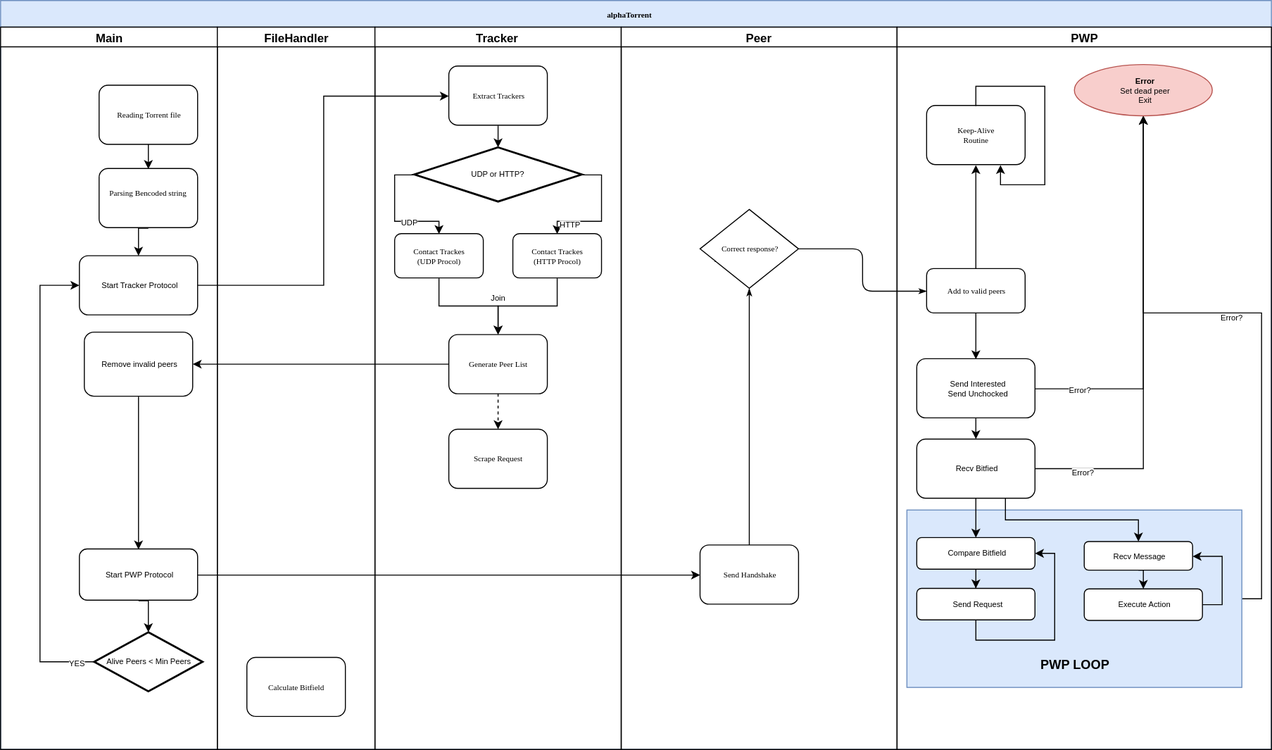
lorisrossi/alphaTorrent keeps this draw.io diagram as docs/html/alphatorrent_flowchart.svg. Above is the earlier version. Source tidied: cells renumbered, new cells last; positions are measured from the earlier drawing's top-left corner, leaving out a move shared by most shapes.
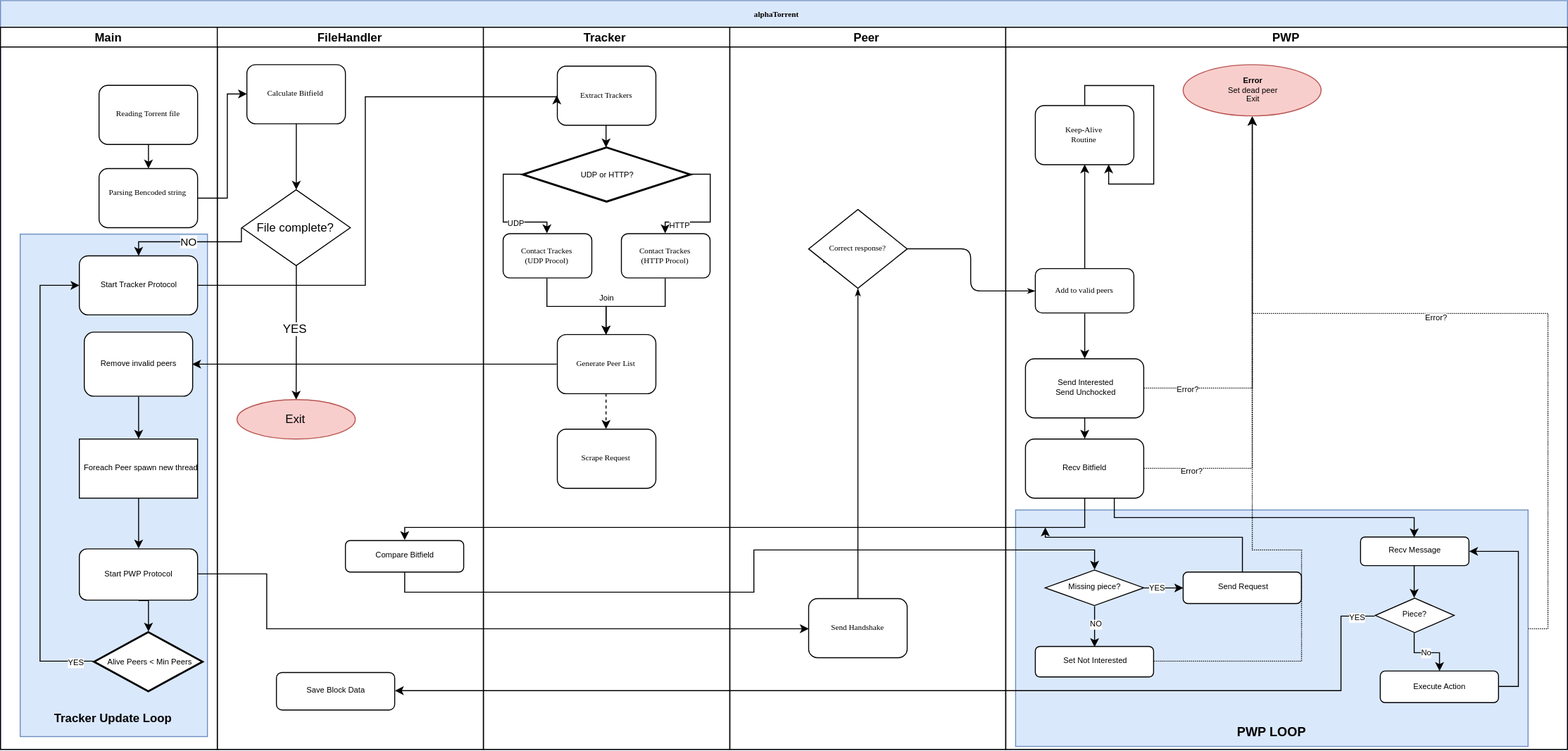
Above is the later version.

Diff of the diagram source:
```diff
@@ -5,3 +5,3 @@
     <mxCell id="2" value="alphaTorrent" style="swimlane;html=1;startSize=27;rounded=0;shadow=0;labelBackgroundColor=none;strokeColor=#6c8ebf;strokeWidth=1;fillColor=#dae8fc;fontFamily=Verdana;fontSize=8;fontColor=#000000;align=center;" parent="1" vertex="1">
-      <mxGeometry width="1290" height="760" as="geometry" />
+      <mxGeometry width="1590" height="760" as="geometry" />
     </mxCell>
@@ -10,2 +10,5 @@
     </mxCell>
+    <mxCell id="70" value="&lt;br&gt;&lt;br&gt;&lt;br&gt;&lt;br&gt;&lt;br&gt;&lt;br&gt;&lt;br&gt;&lt;br&gt;&lt;br&gt;&lt;br&gt;&lt;br&gt;&lt;br&gt;&lt;br&gt;&lt;br&gt;&lt;br&gt;&lt;br&gt;&lt;br&gt;&lt;br&gt;&lt;br&gt;&lt;br&gt;&lt;br&gt;&lt;br&gt;&lt;br&gt;&lt;br&gt;&lt;br&gt;&lt;br&gt;&lt;br&gt;&lt;br&gt;&lt;br&gt;&lt;br&gt;&lt;br&gt;&lt;br&gt;&lt;br&gt;&lt;b&gt;Tracker Update Loop&lt;/b&gt;" style="rounded=0;whiteSpace=wrap;html=1;fillColor=#dae8fc;strokeColor=#6c8ebf;" parent="3" vertex="1">
+      <mxGeometry x="20" y="210" width="190" height="510" as="geometry" />
+    </mxCell>
     <mxCell id="4" style="edgeStyle=orthogonalEdgeStyle;rounded=0;html=1;exitX=0.5;exitY=1;entryX=0.5;entryY=0;jettySize=auto;" parent="3" edge="1" source="5" target="7">
@@ -16,5 +19,2 @@
     </mxCell>
-    <mxCell id="6" style="edgeStyle=orthogonalEdgeStyle;rounded=0;html=1;exitX=0.5;exitY=1;entryX=0.5;entryY=0;jettySize=auto;fontSize=8;" parent="3" edge="1" source="7" target="10">
-      <mxGeometry relative="1" as="geometry" />
-    </mxCell>
     <mxCell id="7" value="Parsing Bencoded string" style="rounded=1;whiteSpace=wrap;html=1;shadow=0;labelBackgroundColor=none;strokeColor=#000000;strokeWidth=1;fillColor=#ffffff;fontFamily=Verdana;fontSize=8;fontColor=#000000;align=center;" parent="3" vertex="1">
@@ -22,5 +22,5 @@
     </mxCell>
-    <mxCell id="8" style="edgeStyle=orthogonalEdgeStyle;rounded=0;html=1;exitX=0.5;exitY=1;entryX=0.5;entryY=0;jettySize=auto;fontSize=8;" parent="3" edge="1" source="9" target="12">
-      <mxGeometry relative="1" as="geometry" />
-    </mxCell>
+    <mxCell id="71" style="edgeStyle=orthogonalEdgeStyle;rounded=0;html=1;exitX=0.5;exitY=1;entryX=0.5;entryY=0;jettySize=auto;" parent="3" edge="1" source="9" target="74">
+      <mxGeometry relative="1" as="geometry" />
+    </mxCell>
     <mxCell id="9" value="Remove invalid peers" style="rounded=1;whiteSpace=wrap;html=1;fontSize=8;" parent="3" vertex="1">
@@ -32,3 +32,7 @@
     <mxCell id="11" style="edgeStyle=orthogonalEdgeStyle;rounded=0;html=1;exitX=0.5;exitY=1;entryX=0.5;entryY=0;entryPerimeter=0;jettySize=auto;fontSize=8;" parent="3" edge="1" source="12" target="13">
-      <mxGeometry relative="1" as="geometry" />
+      <mxGeometry relative="1" as="geometry">
+        <Array as="points">
+          <mxPoint x="150" y="582" />
+        </Array>
+      </mxGeometry>
     </mxCell>
@@ -51,10 +55,31 @@
     </mxCell>
+    <mxCell id="72" style="edgeStyle=orthogonalEdgeStyle;rounded=0;html=1;exitX=0.5;exitY=1;entryX=0.5;entryY=1;jettySize=auto;orthogonalLoop=1;" parent="3" edge="1" source="10" target="10">
+      <mxGeometry relative="1" as="geometry" />
+    </mxCell>
+    <mxCell id="73" style="edgeStyle=orthogonalEdgeStyle;rounded=0;html=1;exitX=0.5;exitY=1;entryX=0.5;entryY=0;jettySize=auto;" parent="3" edge="1" source="74" target="12">
+      <mxGeometry relative="1" as="geometry" />
+    </mxCell>
+    <mxCell id="74" value="Foreach Peer spawn new thread" style="rounded=0;whiteSpace=wrap;html=1;fontSize=8;" parent="3" vertex="1">
+      <mxGeometry x="80" y="418" width="120" height="60" as="geometry" />
+    </mxCell>
     <mxCell id="16" value="FileHandler" style="swimlane;html=1;startSize=20;" parent="2" vertex="1">
-      <mxGeometry x="220" y="27" width="160" height="733" as="geometry" />
+      <mxGeometry x="220" y="27" width="270" height="733" as="geometry" />
     </mxCell>
+    <mxCell id="75" style="edgeStyle=orthogonalEdgeStyle;rounded=0;html=1;jettySize=auto;entryX=0.5;entryY=0;" parent="16" edge="1" source="17" target="76">
+      <mxGeometry relative="1" as="geometry" />
+    </mxCell>
     <mxCell id="17" value="Calculate Bitfield" style="rounded=1;whiteSpace=wrap;html=1;shadow=0;labelBackgroundColor=none;strokeColor=#000000;strokeWidth=1;fillColor=#ffffff;fontFamily=Verdana;fontSize=8;fontColor=#000000;align=center;" parent="16" vertex="1">
-      <mxGeometry x="30" y="639.5" width="100" height="60" as="geometry" />
+      <mxGeometry x="30" y="38" width="100" height="60" as="geometry" />
     </mxCell>
+    <mxCell id="76" value="File complete?" style="rhombus;whiteSpace=wrap;html=1;" parent="16" vertex="1">
+      <mxGeometry x="25" y="165" width="110" height="77" as="geometry" />
+    </mxCell>
+    <mxCell id="58" value="Compare Bitfield" style="rounded=1;whiteSpace=wrap;html=1;fontSize=8;" parent="16" vertex="1">
+      <mxGeometry x="130" y="521" width="120" height="32" as="geometry" />
+    </mxCell>
+    <mxCell id="77" value="Save Block Data" style="rounded=1;whiteSpace=wrap;html=1;fontSize=8;" parent="16" vertex="1">
+      <mxGeometry x="60" y="655" width="120" height="38" as="geometry" />
+    </mxCell>
     <mxCell id="18" value="Tracker" style="swimlane;html=1;startSize=20;" parent="2" vertex="1">
-      <mxGeometry x="380" y="27" width="250" height="733" as="geometry" />
+      <mxGeometry x="490" y="27" width="250" height="733" as="geometry" />
     </mxCell>
@@ -109,6 +134,6 @@
     <mxCell id="35" value="Peer" style="swimlane;html=1;startSize=20;" parent="2" vertex="1">
-      <mxGeometry x="630" y="27" width="280" height="733" as="geometry" />
+      <mxGeometry x="740" y="27" width="280" height="733" as="geometry" />
     </mxCell>
     <mxCell id="36" value="Send Handshake" style="rounded=1;whiteSpace=wrap;html=1;shadow=0;labelBackgroundColor=none;strokeColor=#000000;strokeWidth=1;fillColor=#ffffff;fontFamily=Verdana;fontSize=8;fontColor=#000000;align=center;" parent="35" vertex="1">
-      <mxGeometry x="80" y="525.5" width="100" height="60" as="geometry" />
+      <mxGeometry x="80" y="580" width="100" height="60" as="geometry" />
     </mxCell>
@@ -121,5 +146,5 @@
     <mxCell id="39" value="PWP" style="swimlane;html=1;startSize=20;" parent="2" vertex="1">
-      <mxGeometry x="910" y="27" width="380" height="733" as="geometry" />
+      <mxGeometry x="1020" y="27" width="570" height="733" as="geometry" />
     </mxCell>
-    <mxCell id="40" style="edgeStyle=orthogonalEdgeStyle;rounded=0;html=1;exitX=1;exitY=0.5;entryX=0.5;entryY=1;jettySize=auto;fontSize=8;" parent="39" edge="1" source="42" target="65">
+    <mxCell id="40" style="edgeStyle=orthogonalEdgeStyle;rounded=0;html=1;exitX=1;exitY=0.5;entryX=0.5;entryY=1;jettySize=auto;fontSize=8;dashed=1;dashPattern=1 1;" parent="39" edge="1" source="42" target="65">
       <mxGeometry relative="1" as="geometry" />
@@ -129,4 +154,4 @@
     </mxCell>
-    <mxCell id="42" value="&lt;div&gt;&lt;br&gt;&lt;/div&gt;&lt;div&gt;&lt;br&gt;&lt;/div&gt;&lt;div&gt;&lt;br&gt;&lt;/div&gt;&lt;div&gt;&lt;br&gt;&lt;/div&gt;&lt;div&gt;&lt;br&gt;&lt;/div&gt;&lt;div&gt;&lt;br&gt;&lt;/div&gt;&lt;div&gt;&lt;br&gt;&lt;/div&gt;&lt;div&gt;&lt;br&gt;&lt;/div&gt;&lt;div&gt;&lt;br&gt;&lt;/div&gt;&lt;div&gt;&lt;br&gt;&lt;/div&gt;&lt;div&gt;&lt;br&gt;&lt;/div&gt;&lt;div&gt;&lt;br&gt;&lt;/div&gt;&lt;div&gt;&lt;br&gt;&lt;/div&gt;&lt;div&gt;&lt;br&gt;&lt;/div&gt;&lt;div style=&quot;font-size: 13px&quot;&gt;&lt;b&gt;PWP LOOP&lt;/b&gt;&lt;/div&gt;" style="rounded=0;whiteSpace=wrap;html=1;fontSize=8;fillColor=#dae8fc;strokeColor=#6c8ebf;" parent="39" vertex="1">
-      <mxGeometry x="10" y="490" width="340" height="180" as="geometry" />
+    <mxCell id="42" value="&lt;div&gt;&lt;br&gt;&lt;/div&gt;&lt;div&gt;&lt;br&gt;&lt;/div&gt;&lt;div&gt;&lt;br&gt;&lt;/div&gt;&lt;div&gt;&lt;br&gt;&lt;/div&gt;&lt;div&gt;&lt;br&gt;&lt;/div&gt;&lt;div&gt;&lt;br&gt;&lt;/div&gt;&lt;div&gt;&lt;br&gt;&lt;/div&gt;&lt;div&gt;&lt;br&gt;&lt;/div&gt;&lt;div&gt;&lt;br&gt;&lt;/div&gt;&lt;div&gt;&lt;br&gt;&lt;/div&gt;&lt;div&gt;&lt;br&gt;&lt;/div&gt;&lt;div&gt;&lt;br&gt;&lt;/div&gt;&lt;div&gt;&lt;br&gt;&lt;/div&gt;&lt;div&gt;&lt;br&gt;&lt;/div&gt;&lt;div&gt;&lt;br&gt;&lt;/div&gt;&lt;div&gt;&lt;br&gt;&lt;/div&gt;&lt;div&gt;&lt;br&gt;&lt;/div&gt;&lt;div&gt;&lt;br&gt;&lt;/div&gt;&lt;div&gt;&lt;br&gt;&lt;/div&gt;&lt;div&gt;&lt;br&gt;&lt;/div&gt;&lt;div&gt;&lt;br&gt;&lt;/div&gt;&lt;div&gt;&lt;br&gt;&lt;/div&gt;&lt;div style=&quot;font-size: 13px&quot;&gt;&lt;b&gt;PWP LOOP&lt;/b&gt;&lt;/div&gt;" style="rounded=0;whiteSpace=wrap;html=1;fontSize=8;fillColor=#dae8fc;strokeColor=#6c8ebf;" parent="39" vertex="1">
+      <mxGeometry x="10" y="490" width="520" height="240" as="geometry" />
     </mxCell>
@@ -150,3 +175,3 @@
     </mxCell>
-    <mxCell id="49" style="edgeStyle=orthogonalEdgeStyle;rounded=0;html=1;exitX=1;exitY=0.5;jettySize=auto;fontSize=8;entryX=0.5;entryY=1;" parent="39" edge="1" source="51" target="65">
+    <mxCell id="49" style="edgeStyle=orthogonalEdgeStyle;rounded=0;html=1;exitX=1;exitY=0.5;jettySize=auto;fontSize=8;entryX=0.5;entryY=1;dashed=1;dashPattern=1 1;" parent="39" edge="1" source="51" target="65">
       <mxGeometry relative="1" as="geometry" />
@@ -159,9 +184,13 @@
     </mxCell>
-    <mxCell id="52" style="edgeStyle=orthogonalEdgeStyle;rounded=0;html=1;exitX=0.5;exitY=1;entryX=0.5;entryY=0;jettySize=auto;fontSize=8;" parent="39" edge="1" source="56" target="58">
-      <mxGeometry relative="1" as="geometry" />
-    </mxCell>
     <mxCell id="53" style="edgeStyle=orthogonalEdgeStyle;rounded=0;html=1;exitX=0.75;exitY=1;entryX=0.5;entryY=0;jettySize=auto;fontSize=8;" parent="39" edge="1" source="56" target="60">
-      <mxGeometry relative="1" as="geometry" />
+      <mxGeometry relative="1" as="geometry">
+        <Array as="points">
+          <mxPoint x="110" y="498" />
+          <mxPoint x="250" y="498" />
+          <mxPoint x="250" y="497" />
+          <mxPoint x="415" y="497" />
+        </Array>
+      </mxGeometry>
     </mxCell>
-    <mxCell id="54" style="edgeStyle=orthogonalEdgeStyle;rounded=0;html=1;exitX=1;exitY=0.5;entryX=0.5;entryY=1;jettySize=auto;fontSize=8;" parent="39" edge="1" source="56" target="65">
+    <mxCell id="54" style="edgeStyle=orthogonalEdgeStyle;rounded=0;html=1;exitX=1;exitY=0.5;entryX=0.5;entryY=1;jettySize=auto;fontSize=8;dashed=1;dashPattern=1 1;" parent="39" edge="1" source="56" target="65">
       <mxGeometry relative="1" as="geometry" />
@@ -171,28 +200,13 @@
     </mxCell>
-    <mxCell id="56" value="Recv Bitfied" style="rounded=1;whiteSpace=wrap;html=1;fontSize=8;" parent="39" vertex="1">
+    <mxCell id="56" value="Recv Bitfield" style="rounded=1;whiteSpace=wrap;html=1;fontSize=8;" parent="39" vertex="1">
       <mxGeometry x="20" y="418" width="120" height="60" as="geometry" />
     </mxCell>
-    <mxCell id="57" style="edgeStyle=orthogonalEdgeStyle;rounded=0;html=1;exitX=0.5;exitY=1;jettySize=auto;fontSize=8;" parent="39" edge="1" source="58" target="62">
-      <mxGeometry relative="1" as="geometry" />
-    </mxCell>
-    <mxCell id="58" value="Compare Bitfield" style="rounded=1;whiteSpace=wrap;html=1;fontSize=8;" parent="39" vertex="1">
-      <mxGeometry x="20" y="518" width="120" height="32" as="geometry" />
-    </mxCell>
-    <mxCell id="59" style="edgeStyle=orthogonalEdgeStyle;rounded=0;html=1;exitX=0.5;exitY=1;entryX=0.5;entryY=0;jettySize=auto;fontSize=8;" parent="39" edge="1" source="60" target="64">
-      <mxGeometry relative="1" as="geometry" />
-    </mxCell>
+    <mxCell id="78" style="edgeStyle=orthogonalEdgeStyle;rounded=0;html=1;exitX=0.5;exitY=1;entryX=0.5;entryY=0;jettySize=auto;fontSize=8;" parent="39" edge="1" source="60" target="80">
+      <mxGeometry relative="1" as="geometry" />
+    </mxCell>
     <mxCell id="60" value="Recv Message" style="rounded=1;whiteSpace=wrap;html=1;fontSize=8;" parent="39" vertex="1">
-      <mxGeometry x="190" y="522" width="110" height="29" as="geometry" />
+      <mxGeometry x="360" y="517.5" width="110" height="29" as="geometry" />
     </mxCell>
-    <mxCell id="61" style="edgeStyle=orthogonalEdgeStyle;rounded=0;html=1;exitX=0.5;exitY=1;entryX=1;entryY=0.5;jettySize=auto;fontSize=8;" parent="39" edge="1" source="62" target="58">
-      <mxGeometry relative="1" as="geometry">
-        <Array as="points">
-          <mxPoint x="80" y="622" />
-          <mxPoint x="160" y="622" />
-          <mxPoint x="160" y="534" />
-        </Array>
-      </mxGeometry>
-    </mxCell>
     <mxCell id="62" value="Send Request" style="rounded=1;whiteSpace=wrap;html=1;fontSize=8;" parent="39" vertex="1">
-      <mxGeometry x="20" y="569.5" width="120" height="32" as="geometry" />
+      <mxGeometry x="180" y="553" width="120" height="32" as="geometry" />
     </mxCell>
@@ -202,3 +216,3 @@
     <mxCell id="64" value="Execute Action" style="rounded=1;whiteSpace=wrap;html=1;fontSize=8;" parent="39" vertex="1">
-      <mxGeometry x="190" y="570" width="120" height="32" as="geometry" />
+      <mxGeometry x="380" y="653.5" width="120" height="32" as="geometry" />
     </mxCell>
@@ -207,4 +221,51 @@
     </mxCell>
+    <mxCell id="79" value="No" style="edgeStyle=orthogonalEdgeStyle;rounded=0;html=1;exitX=0.5;exitY=1;entryX=0.5;entryY=0;jettySize=auto;fontSize=8;" parent="39" edge="1" source="80" target="64">
+      <mxGeometry relative="1" as="geometry" />
+    </mxCell>
+    <mxCell id="80" value="Piece?" style="rhombus;whiteSpace=wrap;html=1;rounded=0;fontSize=8;" parent="39" vertex="1">
+      <mxGeometry x="375" y="579.5" width="80" height="35" as="geometry" />
+    </mxCell>
+    <mxCell id="81" style="edgeStyle=orthogonalEdgeStyle;rounded=0;html=1;exitX=0.5;exitY=1;entryX=0.5;entryY=0;jettySize=auto;fontSize=8;" parent="39" edge="1" source="85" target="86">
+      <mxGeometry relative="1" as="geometry" />
+    </mxCell>
+    <mxCell id="82" value="NO" style="text;html=1;align=center;verticalAlign=middle;labelBackgroundColor=#ffffff;fontSize=8;" parent="81" vertex="1">
+      <mxGeometry x="-0.19" y="1" relative="1" as="geometry" />
+    </mxCell>
+    <mxCell id="83" style="edgeStyle=orthogonalEdgeStyle;rounded=0;html=1;exitX=1;exitY=0.5;entryX=0;entryY=0.5;jettySize=auto;fontSize=8;" parent="39" edge="1" source="85" target="62">
+      <mxGeometry relative="1" as="geometry" />
+    </mxCell>
+    <mxCell id="84" value="YES" style="text;html=1;align=center;verticalAlign=middle;labelBackgroundColor=#ffffff;fontSize=8;" parent="83" vertex="1">
+      <mxGeometry x="-0.36" y="1" relative="1" as="geometry" />
+    </mxCell>
+    <mxCell id="85" value="Missing piece?" style="rhombus;whiteSpace=wrap;html=1;rounded=0;fontSize=8;" parent="39" vertex="1">
+      <mxGeometry x="40" y="551" width="100" height="36" as="geometry" />
+    </mxCell>
+    <mxCell id="86" value="Set Not Interested" style="rounded=1;whiteSpace=wrap;html=1;fontSize=8;arcSize=15;" parent="39" vertex="1">
+      <mxGeometry x="30" y="628.5" width="120" height="31" as="geometry" />
+    </mxCell>
+    <mxCell id="87" style="edgeStyle=orthogonalEdgeStyle;rounded=0;html=1;exitX=1;exitY=0.5;entryX=0.5;entryY=1;jettySize=auto;fontSize=8;dashed=1;dashPattern=1 1;" parent="39" edge="1" source="86" target="65">
+      <mxGeometry relative="1" as="geometry">
+        <Array as="points">
+          <mxPoint x="300" y="644" />
+          <mxPoint x="300" y="530" />
+          <mxPoint x="250" y="530" />
+        </Array>
+      </mxGeometry>
+    </mxCell>
+    <mxCell id="88" style="edgeStyle=orthogonalEdgeStyle;rounded=0;html=1;exitX=0.5;exitY=0;jettySize=auto;fontSize=8;" parent="39" edge="1" source="62">
+      <mxGeometry relative="1" as="geometry">
+        <mxPoint x="40" y="508" as="targetPoint" />
+        <Array as="points">
+          <mxPoint x="240" y="518" />
+          <mxPoint x="40" y="518" />
+        </Array>
+      </mxGeometry>
+    </mxCell>
     <mxCell id="66" style="edgeStyle=orthogonalEdgeStyle;rounded=0;html=1;exitX=1;exitY=0.5;entryX=0;entryY=0.5;jettySize=auto;" parent="2" edge="1" source="10" target="21">
-      <mxGeometry relative="1" as="geometry" />
+      <mxGeometry relative="1" as="geometry">
+        <Array as="points">
+          <mxPoint x="370" y="289" />
+          <mxPoint x="370" y="97" />
+        </Array>
+      </mxGeometry>
     </mxCell>
@@ -217,4 +278,56 @@
     <mxCell id="69" style="edgeStyle=orthogonalEdgeStyle;rounded=0;html=1;exitX=1;exitY=0.5;entryX=0;entryY=0.5;jettySize=auto;fontSize=8;" parent="2" edge="1" source="12" target="36">
-      <mxGeometry relative="1" as="geometry" />
+      <mxGeometry relative="1" as="geometry">
+        <Array as="points">
+          <mxPoint x="270" y="582" />
+          <mxPoint x="270" y="637" />
+        </Array>
+      </mxGeometry>
     </mxCell>
+    <mxCell id="89" style="edgeStyle=orthogonalEdgeStyle;rounded=0;html=1;exitX=1;exitY=0.5;entryX=0;entryY=0.5;jettySize=auto;" parent="2" edge="1" source="7" target="17">
+      <mxGeometry relative="1" as="geometry">
+        <Array as="points">
+          <mxPoint x="230" y="201" />
+          <mxPoint x="230" y="95" />
+        </Array>
+      </mxGeometry>
+    </mxCell>
+    <mxCell id="90" value="NO" style="edgeStyle=orthogonalEdgeStyle;rounded=0;html=1;exitX=0;exitY=0.5;entryX=0.5;entryY=0;jettySize=auto;" parent="2" edge="1" source="76" target="10">
+      <mxGeometry relative="1" as="geometry">
+        <Array as="points">
+          <mxPoint x="245" y="245" />
+          <mxPoint x="140" y="245" />
+        </Array>
+      </mxGeometry>
+    </mxCell>
+    <mxCell id="52" style="edgeStyle=orthogonalEdgeStyle;rounded=0;html=1;exitX=0.5;exitY=1;entryX=0.5;entryY=0;jettySize=auto;fontSize=8;" parent="2" edge="1" source="56" target="58">
+      <mxGeometry relative="1" as="geometry">
+        <Array as="points">
+          <mxPoint x="1100" y="535" />
+          <mxPoint x="410" y="535" />
+        </Array>
+      </mxGeometry>
+    </mxCell>
+    <mxCell id="91" style="edgeStyle=orthogonalEdgeStyle;rounded=0;html=1;exitX=0;exitY=0.5;entryX=1;entryY=0.5;jettySize=auto;fontSize=8;" parent="2" edge="1" source="80" target="77">
+      <mxGeometry relative="1" as="geometry">
+        <Array as="points">
+          <mxPoint x="1360" y="624" />
+          <mxPoint x="1360" y="701" />
+        </Array>
+      </mxGeometry>
+    </mxCell>
+    <mxCell id="92" value="YES" style="text;html=1;align=center;verticalAlign=middle;labelBackgroundColor=#ffffff;fontSize=8;" parent="91" vertex="1">
+      <mxGeometry x="-0.96" y="1" relative="1" as="geometry" />
+    </mxCell>
+    <mxCell id="93" style="edgeStyle=orthogonalEdgeStyle;rounded=0;html=1;exitX=0.5;exitY=1;entryX=0.5;entryY=0;jettySize=auto;fontSize=8;" parent="2" edge="1" source="58" target="85">
+      <mxGeometry relative="1" as="geometry" />
+    </mxCell>
+    <mxCell id="94" style="edgeStyle=orthogonalEdgeStyle;rounded=0;html=1;exitX=0.5;exitY=1;jettySize=auto;" parent="1" edge="1" source="76" target="96">
+      <mxGeometry relative="1" as="geometry" />
+    </mxCell>
+    <mxCell id="95" value="YES" style="text;html=1;align=center;verticalAlign=middle;labelBackgroundColor=#ffffff;" parent="94" vertex="1">
+      <mxGeometry x="-0.07" y="-2" relative="1" as="geometry" />
+    </mxCell>
+    <mxCell id="96" value="Exit" style="ellipse;whiteSpace=wrap;html=1;fillColor=#f8cecc;strokeColor=#b85450;" parent="1" vertex="1">
+      <mxGeometry x="240" y="405" width="120" height="40" as="geometry" />
+    </mxCell>
   </root>
```
